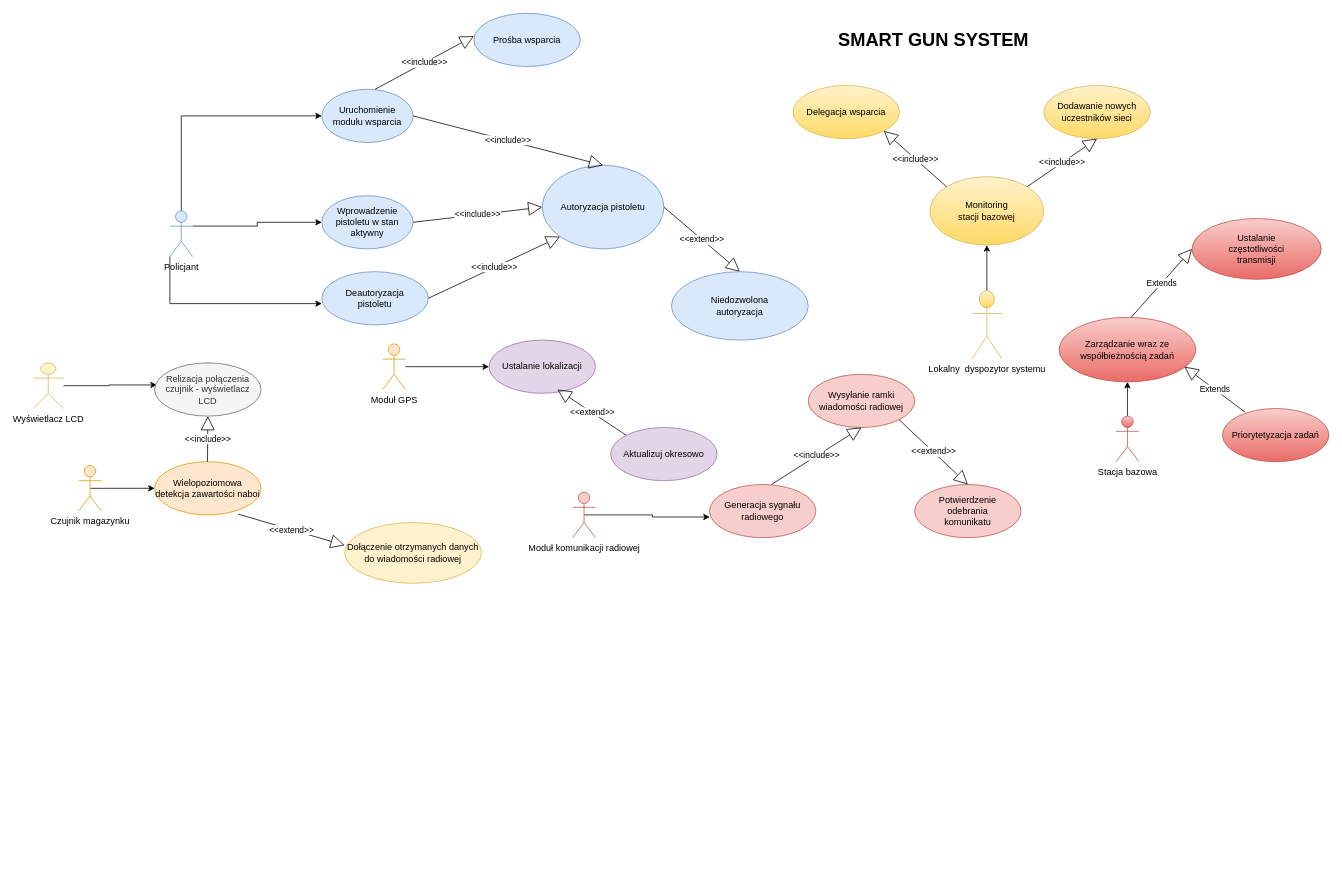
The draw.io diagram smart_gun.drawio in mardyr/UML-and-diagrams, before the edit. Source tidied: cells renumbered, new cells numbered last; positions are measured from the earlier drawing's top-left corner, leaving out a move shared by most shapes. Both pictures are drawn from the tidied source at 76%, with x=0, y=0 at pixel (33, 13).
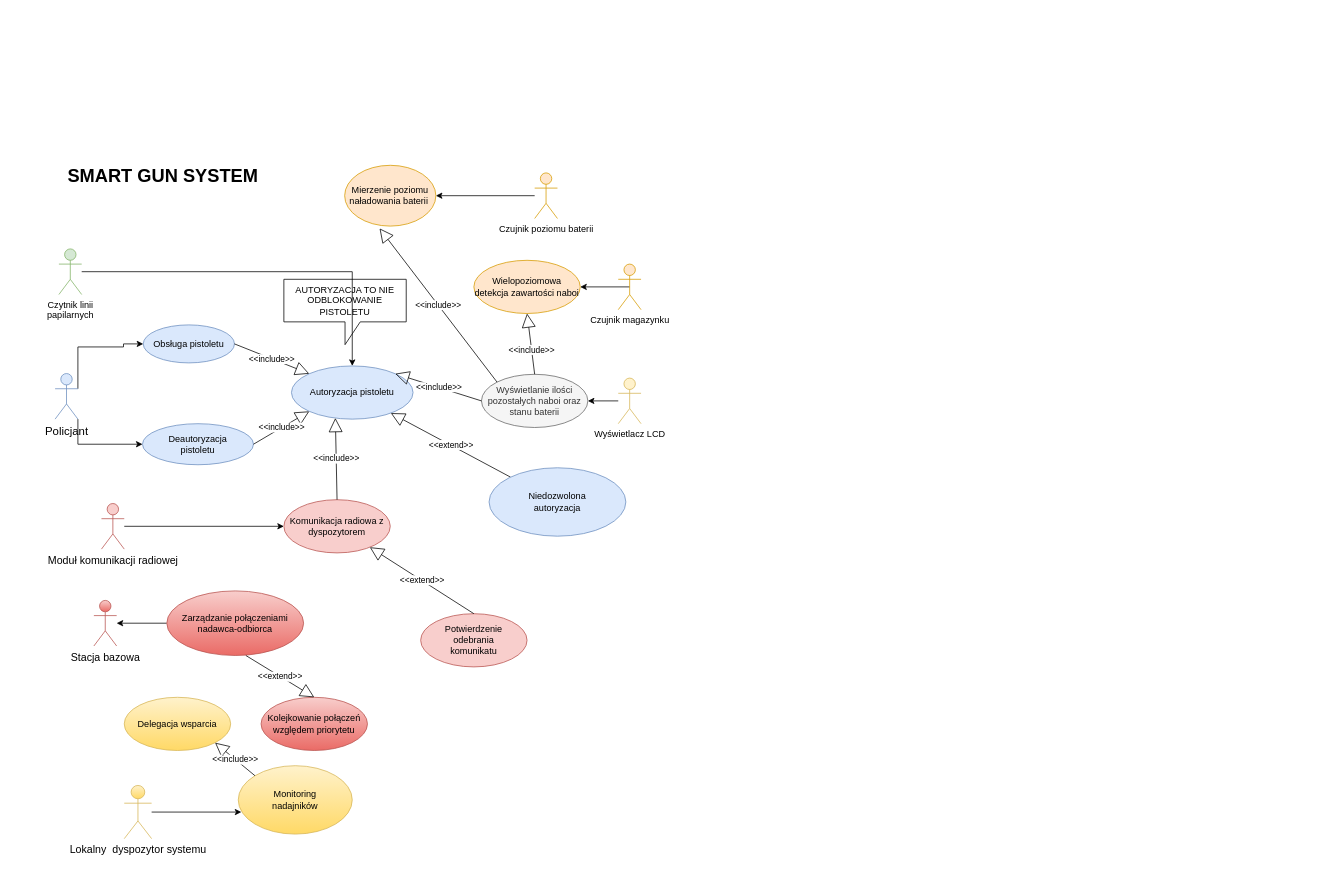
The same diagram, later.

The edit, as a diff of the source:
```diff
@@
     <mxCell id="2" value="&lt;font style=&quot;font-size: 24px&quot;&gt;&lt;b&gt;&lt;font style=&quot;font-size: 24px&quot;&gt;SMART GUN SYSTEM&lt;/font&gt;&lt;/b&gt;&lt;/font&gt;" style="text;html=1;strokeColor=none;fillColor=none;align=center;verticalAlign=middle;whiteSpace=wrap;rounded=0;" parent="1" vertex="1">
-      <mxGeometry x="1000" y="10" width="370" height="50" as="geometry" />
+      <mxGeometry x="-14" y="190" width="370" height="50" as="geometry" />
     </mxCell>
-    <mxCell id="3" style="edgeStyle=orthogonalEdgeStyle;rounded=0;jettySize=auto;html=1;exitX=1;exitY=0.3333333333333333;exitDx=0;exitDy=0;exitPerimeter=0;entryX=0;entryY=0.5;entryDx=0;entryDy=0;" parent="1" edge="1" source="6" target="13">
-      <mxGeometry relative="1" as="geometry" />
+    <mxCell id="3" style="edgeStyle=orthogonalEdgeStyle;rounded=0;jettySize=auto;html=1;entryX=0;entryY=0.5;entryDx=0;entryDy=0;exitX=1;exitY=0.3333333333333333;exitDx=0;exitDy=0;exitPerimeter=0;" parent="1" edge="1" source="6" target="13">
+      <mxGeometry relative="1" as="geometry">
+        <Array as="points">
+          <mxPoint x="119" y="439" />
+        </Array>
+      </mxGeometry>
     </mxCell>
-    <mxCell id="4" style="edgeStyle=orthogonalEdgeStyle;rounded=0;jettySize=auto;html=1;entryX=0;entryY=0.5;entryDx=0;entryDy=0;" parent="1" edge="1" source="6" target="7">
-      <mxGeometry relative="1" as="geometry">
-        <Array as="points">
-          <mxPoint x="195" y="135" />
-        </Array>
-      </mxGeometry>
-    </mxCell>
-    <mxCell id="5" style="edgeStyle=orthogonalEdgeStyle;rounded=0;jettySize=auto;html=1;exitX=0;exitY=1;exitDx=0;exitDy=0;exitPerimeter=0;entryX=0;entryY=0.6;entryDx=0;entryDy=0;entryPerimeter=0;" parent="1" edge="1" source="6" target="25">
+    <mxCell id="5" style="edgeStyle=orthogonalEdgeStyle;rounded=0;jettySize=auto;html=1;exitX=1;exitY=1;exitDx=0;exitDy=0;exitPerimeter=0;entryX=0;entryY=0.5;entryDx=0;entryDy=0;" parent="1" edge="1" source="6" target="25">
       <mxGeometry relative="1" as="geometry" />
     </mxCell>
-    <mxCell id="6" value="Policjant" style="shape=umlActor;verticalLabelPosition=bottom;verticalAlign=top;html=1;outlineConnect=0;fillColor=#dae8fc;strokeColor=#6c8ebf;" parent="1" vertex="1">
-      <mxGeometry x="180" y="260" width="30" height="60" as="geometry" />
+    <mxCell id="6" value="&lt;font style=&quot;font-size: 15px&quot;&gt;Policjant&lt;/font&gt;" style="shape=umlActor;verticalLabelPosition=bottom;verticalAlign=top;html=1;outlineConnect=0;fillColor=#dae8fc;strokeColor=#6c8ebf;" parent="1" vertex="1">
+      <mxGeometry x="29" y="474" width="30" height="60" as="geometry" />
     </mxCell>
-    <mxCell id="7" value="&lt;div&gt;Uruchomienie &lt;br&gt;&lt;/div&gt;&lt;div&gt;modułu wsparcia&lt;br&gt;&lt;/div&gt;" style="ellipse;whiteSpace=wrap;html=1;fillColor=#dae8fc;strokeColor=#6c8ebf;" parent="1" vertex="1">
-      <mxGeometry x="380" y="100" width="120" height="70" as="geometry" />
-    </mxCell>
-    <mxCell id="8" style="edgeStyle=orthogonalEdgeStyle;rounded=0;jettySize=auto;html=1;" parent="1" edge="1" source="9" target="10">
-      <mxGeometry relative="1" as="geometry" />
-    </mxCell>
-    <mxCell id="9" value="Moduł GPS" style="shape=umlActor;verticalLabelPosition=bottom;verticalAlign=top;html=1;fillColor=#ffe6cc;strokeColor=#d79b00;" parent="1" vertex="1">
-      <mxGeometry x="460" y="435" width="30" height="60" as="geometry" />
-    </mxCell>
-    <mxCell id="10" value="Ustalanie lokalizacji" style="ellipse;whiteSpace=wrap;html=1;fillColor=#e1d5e7;strokeColor=#9673a6;" parent="1" vertex="1">
-      <mxGeometry x="600" y="430" width="140" height="70" as="geometry" />
-    </mxCell>
-    <mxCell id="11" value="&amp;lt;&amp;lt;extend&amp;gt;&amp;gt;" style="endArrow=block;endSize=16;endFill=0;html=1;entryX=0.643;entryY=0.929;entryDx=0;entryDy=0;entryPerimeter=0;exitX=0;exitY=0;exitDx=0;exitDy=0;" parent="1" edge="1" source="12" target="10">
-      <mxGeometry relative="1" as="geometry" />
-    </mxCell>
-    <mxCell id="12" value="Aktualizuj okresowo" style="ellipse;whiteSpace=wrap;html=1;fillColor=#e1d5e7;strokeColor=#9673a6;" parent="1" vertex="1">
-      <mxGeometry x="760" y="545" width="140" height="70" as="geometry" />
-    </mxCell>
-    <mxCell id="13" value="&lt;div&gt;Wprowadzenie &lt;br&gt;&lt;/div&gt;&lt;div&gt;pistoletu w stan aktywny&lt;br&gt;&lt;/div&gt;" style="ellipse;whiteSpace=wrap;html=1;fillColor=#dae8fc;strokeColor=#6c8ebf;" parent="1" vertex="1">
-      <mxGeometry x="380" y="240" width="120" height="70" as="geometry" />
+    <mxCell id="13" value="Obsługa pistoletu" style="ellipse;whiteSpace=wrap;html=1;fillColor=#dae8fc;strokeColor=#6c8ebf;" parent="1" vertex="1">
+      <mxGeometry x="145" y="410" width="120" height="50" as="geometry" />
     </mxCell>
     <mxCell id="14" value="Autoryzacja pistoletu" style="ellipse;whiteSpace=wrap;html=1;fillColor=#dae8fc;strokeColor=#6c8ebf;" parent="1" vertex="1">
-      <mxGeometry x="670" y="200" width="160" height="110" as="geometry" />
+      <mxGeometry x="340" y="464" width="160" height="70" as="geometry" />
     </mxCell>
-    <mxCell id="15" value="&amp;lt;&amp;lt;include&amp;gt;&amp;gt;" style="endArrow=block;endSize=16;endFill=0;html=1;exitX=1;exitY=0.5;exitDx=0;exitDy=0;entryX=0.5;entryY=0;entryDx=0;entryDy=0;" parent="1" edge="1" source="7" target="14">
-      <mxGeometry relative="1" as="geometry" />
-    </mxCell>
-    <mxCell id="16" value="&amp;lt;&amp;lt;include&amp;gt;&amp;gt;" style="endArrow=block;endSize=16;endFill=0;html=1;entryX=0;entryY=0.5;entryDx=0;entryDy=0;exitX=1;exitY=0.5;exitDx=0;exitDy=0;" parent="1" edge="1" source="13" target="14">
+    <mxCell id="16" value="&amp;lt;&amp;lt;include&amp;gt;&amp;gt;" style="endArrow=block;endSize=16;endFill=0;html=1;entryX=0;entryY=0;entryDx=0;entryDy=0;exitX=1;exitY=0.5;exitDx=0;exitDy=0;" parent="1" edge="1" source="13" target="14">
       <mxGeometry relative="1" as="geometry" />
     </mxCell>
-    <mxCell id="17" value="&amp;lt;&amp;lt;extend&amp;gt;&amp;gt;" style="endArrow=block;endSize=16;endFill=0;html=1;exitX=1;exitY=0.5;exitDx=0;exitDy=0;entryX=0.5;entryY=0;entryDx=0;entryDy=0;" parent="1" edge="1" source="14" target="18">
+    <mxCell id="17" value="&amp;lt;&amp;lt;extend&amp;gt;&amp;gt;" style="endArrow=block;endSize=16;endFill=0;html=1;" parent="1" edge="1" source="18" target="14">
       <mxGeometry relative="1" as="geometry" />
     </mxCell>
     <mxCell id="18" value="&lt;div&gt;Niedozwolona &lt;br&gt;&lt;/div&gt;&lt;div&gt;autoryzacja&lt;br&gt;&lt;/div&gt;" style="ellipse;whiteSpace=wrap;html=1;fillColor=#dae8fc;strokeColor=#6c8ebf;" parent="1" vertex="1">
-      <mxGeometry x="840" y="340" width="180" height="90" as="geometry" />
+      <mxGeometry x="600" y="598" width="180" height="90" as="geometry" />
     </mxCell>
-    <mxCell id="19" style="edgeStyle=orthogonalEdgeStyle;rounded=0;jettySize=auto;html=1;entryX=0.5;entryY=1;entryDx=0;entryDy=0;" parent="1" edge="1" source="20" target="39">
+    <mxCell id="19" style="edgeStyle=orthogonalEdgeStyle;rounded=0;jettySize=auto;html=1;entryX=0.027;entryY=0.678;entryDx=0;entryDy=0;entryPerimeter=0;" parent="1" edge="1" source="20" target="39">
       <mxGeometry relative="1" as="geometry" />
     </mxCell>
-    <mxCell id="20" value="Lokalny&amp;nbsp; dyspozytor systemu" style="shape=umlActor;verticalLabelPosition=bottom;verticalAlign=top;html=1;gradientColor=#ffd966;fillColor=#fff2cc;strokeColor=#d6b656;" parent="1" vertex="1">
-      <mxGeometry x="1235" y="365" width="40" height="90" as="geometry" />
+    <mxCell id="20" value="&lt;font style=&quot;font-size: 14px&quot;&gt;Lokalny&amp;nbsp; dyspozytor systemu&lt;/font&gt;" style="shape=umlActor;verticalLabelPosition=bottom;verticalAlign=top;html=1;gradientColor=#ffd966;fillColor=#fff2cc;strokeColor=#d6b656;" parent="1" vertex="1">
+      <mxGeometry x="120" y="1016" width="36" height="70" as="geometry" />
     </mxCell>
-    <mxCell id="21" style="edgeStyle=orthogonalEdgeStyle;rounded=0;jettySize=auto;html=1;exitX=0.5;exitY=0.5;exitDx=0;exitDy=0;exitPerimeter=0;entryX=0.003;entryY=0.611;entryDx=0;entryDy=0;entryPerimeter=0;" parent="1" edge="1" source="22" target="23">
+    <mxCell id="21" style="edgeStyle=orthogonalEdgeStyle;rounded=0;jettySize=auto;html=1;entryX=0;entryY=0.5;entryDx=0;entryDy=0;" parent="1" edge="1" source="22" target="23">
       <mxGeometry relative="1" as="geometry" />
     </mxCell>
-    <mxCell id="22" value="Moduł komunikacji radiowej" style="shape=umlActor;verticalLabelPosition=bottom;verticalAlign=top;html=1;fillColor=#f8cecc;strokeColor=#b85450;" parent="1" vertex="1">
-      <mxGeometry x="710" y="630" width="30" height="60" as="geometry" />
+    <mxCell id="22" value="&lt;font style=&quot;font-size: 14px&quot;&gt;Moduł komunikacji radiowej&lt;/font&gt;" style="shape=umlActor;verticalLabelPosition=bottom;verticalAlign=top;html=1;fillColor=#f8cecc;strokeColor=#b85450;" parent="1" vertex="1">
+      <mxGeometry x="90" y="645" width="30" height="60" as="geometry" />
     </mxCell>
-    <mxCell id="23" value="Generacja sygnału radiowego" style="ellipse;whiteSpace=wrap;html=1;fillColor=#f8cecc;strokeColor=#b85450;" parent="1" vertex="1">
-      <mxGeometry x="890" y="620" width="140" height="70" as="geometry" />
+    <mxCell id="23" value="Komunikacja radiowa z dyspozytorem " style="ellipse;whiteSpace=wrap;html=1;fillColor=#f8cecc;strokeColor=#b85450;" parent="1" vertex="1">
+      <mxGeometry x="330" y="640" width="140" height="70" as="geometry" />
     </mxCell>
     <mxCell id="24" value="&lt;div&gt;Potwierdzenie &lt;br&gt;&lt;/div&gt;&lt;div&gt;odebrania &lt;br&gt;&lt;/div&gt;&lt;div&gt;komunikatu&lt;br&gt;&lt;/div&gt;" style="ellipse;whiteSpace=wrap;html=1;fillColor=#f8cecc;strokeColor=#b85450;" parent="1" vertex="1">
-      <mxGeometry x="1160" y="620" width="140" height="70" as="geometry" />
+      <mxGeometry x="510" y="790" width="140" height="70" as="geometry" />
     </mxCell>
     <mxCell id="25" value="&lt;div&gt;Deautoryzacja &lt;br&gt;&lt;/div&gt;&lt;div&gt;pistoletu&lt;br&gt;&lt;/div&gt;" style="ellipse;whiteSpace=wrap;html=1;fillColor=#dae8fc;strokeColor=#6c8ebf;" parent="1" vertex="1">
-      <mxGeometry x="380" y="340" width="140" height="70" as="geometry" />
+      <mxGeometry x="144" y="540" width="146" height="54" as="geometry" />
     </mxCell>
@@
     <mxCell id="28" value="Czujnik magazynku" style="shape=umlActor;verticalLabelPosition=bottom;verticalAlign=top;html=1;fillColor=#ffe6cc;strokeColor=#d79b00;" parent="1" vertex="1">
-      <mxGeometry x="60" y="595" width="30" height="60" as="geometry" />
+      <mxGeometry x="770" y="330" width="30" height="60" as="geometry" />
     </mxCell>
-    <mxCell id="29" style="edgeStyle=orthogonalEdgeStyle;rounded=0;jettySize=auto;html=1;entryX=0.021;entryY=0.414;entryDx=0;entryDy=0;entryPerimeter=0;" parent="1" edge="1" source="30" target="33">
+    <mxCell id="29" style="edgeStyle=orthogonalEdgeStyle;rounded=0;jettySize=auto;html=1;" parent="1" edge="1" source="30" target="33">
       <mxGeometry relative="1" as="geometry" />
     </mxCell>
     <mxCell id="30" value="Wyświetlacz LCD " style="shape=umlActor;verticalLabelPosition=bottom;verticalAlign=top;html=1;fillColor=#fff2cc;strokeColor=#d6b656;" parent="1" vertex="1">
-      <mxGeometry y="460" width="40" height="60" as="geometry" />
+      <mxGeometry x="770" y="480" width="30" height="60" as="geometry" />
     </mxCell>
     <mxCell id="31" value="&lt;div&gt;Wielopoziomowa &lt;br&gt;&lt;/div&gt;&lt;div&gt;detekcja zawartości naboi&lt;br&gt;&lt;/div&gt;" style="ellipse;whiteSpace=wrap;html=1;fillColor=#ffe6cc;strokeColor=#d79b00;" parent="1" vertex="1">
-      <mxGeometry x="160" y="590" width="140" height="70" as="geometry" />
+      <mxGeometry x="580" y="325" width="140" height="70" as="geometry" />
     </mxCell>
-    <mxCell id="32" value="&amp;lt;&amp;lt;extend&amp;gt;&amp;gt;" style="endArrow=block;endSize=16;endFill=0;html=1;exitX=0.786;exitY=0.986;exitDx=0;exitDy=0;exitPerimeter=0;" parent="1" edge="1" source="31">
-      <mxGeometry relative="1" as="geometry">
-        <mxPoint x="410" y="700" as="targetPoint" />
-      </mxGeometry>
-    </mxCell>
-    <mxCell id="33" value="&lt;div&gt;Relizacja połączenia&lt;/div&gt;&lt;div&gt;czujnik - wyświetlacz LCD&lt;br&gt;&lt;/div&gt;" style="ellipse;whiteSpace=wrap;html=1;fillColor=#f5f5f5;strokeColor=#666666;fontColor=#333333;" parent="1" vertex="1">
-      <mxGeometry x="160" y="460" width="140" height="70" as="geometry" />
+    <mxCell id="33" value="&lt;div&gt;Wyświetlanie ilości pozostałych naboi oraz &lt;br&gt;&lt;/div&gt;stanu baterii" style="ellipse;whiteSpace=wrap;html=1;fillColor=#f5f5f5;strokeColor=#666666;fontColor=#333333;rotation=0;" parent="1" vertex="1">
+      <mxGeometry x="590" y="475" width="140" height="70" as="geometry" />
     </mxCell>
-    <mxCell id="34" value="&amp;lt;&amp;lt;include&amp;gt;&amp;gt;" style="endArrow=block;endSize=16;endFill=0;html=1;" parent="1" edge="1">
-      <mxGeometry relative="1" as="geometry">
-        <mxPoint x="229.5" y="590" as="sourcePoint" />
-        <mxPoint x="230" y="530" as="targetPoint" />
-      </mxGeometry>
-    </mxCell>
-    <mxCell id="35" value="Dołączenie otrzymanych danych do wiadomości radiowej" style="ellipse;whiteSpace=wrap;html=1;fillColor=#fff2cc;strokeColor=#d6b656;" parent="1" vertex="1">
-      <mxGeometry x="410" y="670" width="180" height="80" as="geometry" />
-    </mxCell>
-    <mxCell id="36" value="&lt;div&gt;Wysyłanie ramki &lt;br&gt;&lt;/div&gt;&lt;div&gt;wiadomości radiowej&lt;br&gt;&lt;/div&gt;" style="ellipse;whiteSpace=wrap;html=1;fillColor=#f8cecc;strokeColor=#b85450;" parent="1" vertex="1">
-      <mxGeometry x="1020" y="475" width="140" height="70" as="geometry" />
-    </mxCell>
-    <mxCell id="37" value="&amp;lt;&amp;lt;include&amp;gt;&amp;gt;" style="endArrow=block;endSize=16;endFill=0;html=1;entryX=0.5;entryY=1;entryDx=0;entryDy=0;exitX=0.586;exitY=-0.005;exitDx=0;exitDy=0;exitPerimeter=0;" parent="1" edge="1" source="23" target="36">
-      <mxGeometry relative="1" as="geometry" />
-    </mxCell>
-    <mxCell id="38" value="&amp;lt;&amp;lt;extend&amp;gt;&amp;gt;" style="endArrow=block;endSize=16;endFill=0;html=1;exitX=1;exitY=1;exitDx=0;exitDy=0;entryX=0.5;entryY=0;entryDx=0;entryDy=0;" parent="1" edge="1" source="36" target="24">
+    <mxCell id="38" value="&amp;lt;&amp;lt;extend&amp;gt;&amp;gt;" style="endArrow=block;endSize=16;endFill=0;html=1;exitX=0.5;exitY=0;exitDx=0;exitDy=0;" parent="1" edge="1" source="24" target="23">
       <mxGeometry relative="1" as="geometry" />
     </mxCell>
-    <mxCell id="39" value="&lt;div&gt;Monitoring &lt;br&gt;&lt;/div&gt;&lt;div&gt;stacji bazowej &lt;br&gt;&lt;/div&gt;" style="ellipse;whiteSpace=wrap;html=1;gradientColor=#ffd966;fillColor=#fff2cc;strokeColor=#d6b656;" parent="1" vertex="1">
-      <mxGeometry x="1180" y="215" width="150" height="90" as="geometry" />
+    <mxCell id="39" value="&lt;div&gt;Monitoring &lt;br&gt;&lt;/div&gt;&lt;div&gt;nadajników&lt;br&gt;&lt;/div&gt;" style="ellipse;whiteSpace=wrap;html=1;gradientColor=#ffd966;fillColor=#fff2cc;strokeColor=#d6b656;" parent="1" vertex="1">
+      <mxGeometry x="270" y="990" width="150" height="90" as="geometry" />
     </mxCell>
     <mxCell id="40" value="Delegacja wsparcia" style="ellipse;whiteSpace=wrap;html=1;gradientColor=#ffd966;fillColor=#fff2cc;strokeColor=#d6b656;" parent="1" vertex="1">
-      <mxGeometry x="1000" y="95" width="140" height="70" as="geometry" />
+      <mxGeometry x="120" y="900" width="140" height="70" as="geometry" />
     </mxCell>
-    <mxCell id="41" value="&amp;lt;&amp;lt;include&amp;gt;&amp;gt;" style="endArrow=block;endSize=16;endFill=0;html=1;" parent="1" edge="1">
-      <mxGeometry relative="1" as="geometry">
-        <mxPoint x="450" y="100" as="sourcePoint" />
-        <mxPoint x="580" y="30" as="targetPoint" />
-      </mxGeometry>
-    </mxCell>
-    <mxCell id="42" value="Prośba wsparcia" style="ellipse;whiteSpace=wrap;html=1;fillColor=#dae8fc;strokeColor=#6c8ebf;" parent="1" vertex="1">
-      <mxGeometry x="580" width="140" height="70" as="geometry" />
-    </mxCell>
@@
-    <mxCell id="44" value="&lt;div&gt;Dodawanie nowych &lt;br&gt;&lt;/div&gt;&lt;div&gt;uczestników sieci&lt;br&gt;&lt;/div&gt;" style="ellipse;whiteSpace=wrap;html=1;gradientColor=#ffd966;fillColor=#fff2cc;strokeColor=#d6b656;" parent="1" vertex="1">
-      <mxGeometry x="1330" y="95" width="140" height="70" as="geometry" />
-    </mxCell>
-    <mxCell id="45" value="&amp;lt;&amp;lt;include&amp;gt;&amp;gt;" style="endArrow=block;endSize=16;endFill=0;html=1;entryX=0.5;entryY=1;entryDx=0;entryDy=0;exitX=1;exitY=0;exitDx=0;exitDy=0;" parent="1" edge="1" source="39" target="44">
-      <mxGeometry relative="1" as="geometry" />
-    </mxCell>
-    <mxCell id="46" style="edgeStyle=orthogonalEdgeStyle;rounded=0;jettySize=auto;html=1;" parent="1" edge="1" source="47" target="48">
-      <mxGeometry relative="1" as="geometry" />
-    </mxCell>
-    <mxCell id="47" value="Stacja bazowa" style="shape=umlActor;verticalLabelPosition=bottom;verticalAlign=top;html=1;outlineConnect=0;gradientColor=#ea6b66;fillColor=#f8cecc;strokeColor=#b85450;" parent="1" vertex="1">
-      <mxGeometry x="1425" y="530" width="30" height="60" as="geometry" />
+    <mxCell id="47" value="&lt;font style=&quot;font-size: 14px&quot;&gt;Stacja bazowa&lt;/font&gt;" style="shape=umlActor;verticalLabelPosition=bottom;verticalAlign=top;html=1;outlineConnect=0;gradientColor=#ea6b66;fillColor=#f8cecc;strokeColor=#b85450;" parent="1" vertex="1">
+      <mxGeometry x="80" y="772.5" width="30" height="60" as="geometry" />
     </mxCell>
+    <mxCell id="53" style="edgeStyle=orthogonalEdgeStyle;rounded=0;jettySize=auto;html=1;" parent="1" edge="1" source="48" target="47">
+      <mxGeometry relative="1" as="geometry" />
+    </mxCell>
-    <mxCell id="48" value="Zarządzanie wraz ze współbieżnością zadań" style="ellipse;whiteSpace=wrap;html=1;gradientColor=#ea6b66;fillColor=#f8cecc;strokeColor=#b85450;" parent="1" vertex="1">
-      <mxGeometry x="1350" y="400" width="180" height="85" as="geometry" />
+    <mxCell id="48" value="&lt;div&gt;Zarządzanie połączeniami&lt;/div&gt;&lt;div&gt;nadawca-odbiorca&lt;br&gt;&lt;/div&gt;" style="ellipse;whiteSpace=wrap;html=1;gradientColor=#ea6b66;fillColor=#f8cecc;strokeColor=#b85450;" parent="1" vertex="1">
+      <mxGeometry x="176" y="760" width="180" height="85" as="geometry" />
     </mxCell>
-    <mxCell id="49" value="Priorytetyzacja zadań" style="ellipse;whiteSpace=wrap;html=1;gradientColor=#ea6b66;fillColor=#f8cecc;strokeColor=#b85450;" parent="1" vertex="1">
-      <mxGeometry x="1565" y="520" width="140" height="70" as="geometry" />
+    <mxCell id="49" value="&lt;div&gt;Kolejkowanie połączeń &lt;br&gt;&lt;/div&gt;&lt;div&gt;względem priorytetu&lt;br&gt;&lt;/div&gt;" style="ellipse;whiteSpace=wrap;html=1;gradientColor=#ea6b66;fillColor=#f8cecc;strokeColor=#b85450;" parent="1" vertex="1">
+      <mxGeometry x="300" y="900" width="140" height="70" as="geometry" />
     </mxCell>
-    <mxCell id="50" value="Extends" style="endArrow=block;endSize=16;endFill=0;html=1;" parent="1" edge="1">
-      <mxGeometry relative="1" as="geometry">
-        <mxPoint x="1595" y="525" as="sourcePoint" />
-        <mxPoint x="1515" y="465" as="targetPoint" />
-      </mxGeometry>
-    </mxCell>
-    <mxCell id="51" value="Extends" style="endArrow=block;endSize=16;endFill=0;html=1;entryX=0;entryY=0.5;entryDx=0;entryDy=0;" parent="1" edge="1" target="52">
-      <mxGeometry relative="1" as="geometry">
-        <mxPoint x="1445" y="400" as="sourcePoint" />
-      </mxGeometry>
-    </mxCell>
-    <mxCell id="52" value="&lt;div&gt;Ustalanie&lt;/div&gt;&lt;div&gt;częstotliwości &lt;br&gt;&lt;/div&gt;&lt;div&gt;transmisji&lt;br&gt;&lt;/div&gt;" style="ellipse;whiteSpace=wrap;html=1;gradientColor=#ea6b66;fillColor=#f8cecc;strokeColor=#b85450;" parent="1" vertex="1">
-      <mxGeometry x="1525" y="270" width="170" height="80" as="geometry" />
-    </mxCell>
+    <mxCell id="54" style="edgeStyle=orthogonalEdgeStyle;rounded=0;jettySize=auto;html=1;" parent="1" edge="1" source="55" target="56">
+      <mxGeometry relative="1" as="geometry" />
+    </mxCell>
+    <mxCell id="55" value="Czujnik poziomu baterii" style="shape=umlActor;verticalLabelPosition=bottom;verticalAlign=top;html=1;outlineConnect=0;fillColor=#ffe6cc;strokeColor=#d79b00;" parent="1" vertex="1">
+      <mxGeometry x="660" y="210" width="30" height="60" as="geometry" />
+    </mxCell>
+    <mxCell id="56" value="Mierzenie poziomu naładowania baterii&amp;nbsp; " style="ellipse;whiteSpace=wrap;html=1;fillColor=#ffe6cc;strokeColor=#d79b00;" parent="1" vertex="1">
+      <mxGeometry x="410" y="200" width="120" height="80" as="geometry" />
+    </mxCell>
+    <mxCell id="57" value="&amp;lt;&amp;lt;include&amp;gt;&amp;gt;" style="endArrow=block;endSize=16;endFill=0;html=1;exitX=0;exitY=0;exitDx=0;exitDy=0;entryX=0.383;entryY=1.038;entryDx=0;entryDy=0;entryPerimeter=0;" parent="1" edge="1" source="33" target="56">
+      <mxGeometry relative="1" as="geometry" />
+    </mxCell>
+    <mxCell id="58" value="&amp;lt;&amp;lt;include&amp;gt;&amp;gt;" style="endArrow=block;endSize=16;endFill=0;html=1;exitX=0.5;exitY=0;exitDx=0;exitDy=0;entryX=0.5;entryY=1;entryDx=0;entryDy=0;" parent="1" edge="1" source="33" target="31">
+      <mxGeometry x="-0.2" relative="1" as="geometry" />
+    </mxCell>
+    <mxCell id="59" value="AUTORYZACJA TO NIE ODBLOKOWANIE PISTOLETU" style="shape=callout;whiteSpace=wrap;html=1;perimeter=calloutPerimeter;" parent="1" vertex="1">
+      <mxGeometry x="330" y="350" width="161" height="86" as="geometry" />
+    </mxCell>
+    <mxCell id="60" value="&amp;lt;&amp;lt;extend&amp;gt;&amp;gt;" style="endArrow=block;endSize=16;endFill=0;html=1;exitX=0.5;exitY=0;exitDx=0;exitDy=0;entryX=0.5;entryY=0;entryDx=0;entryDy=0;" parent="1" edge="1" target="49">
+      <mxGeometry relative="1" as="geometry">
+        <mxPoint x="280" y="845" as="sourcePoint" />
+      </mxGeometry>
+    </mxCell>
+    <mxCell id="61" value="&amp;lt;&amp;lt;include&amp;gt;&amp;gt;" style="endArrow=block;endSize=16;endFill=0;html=1;entryX=0.361;entryY=0.979;entryDx=0;entryDy=0;exitX=0.5;exitY=0;exitDx=0;exitDy=0;entryPerimeter=0;" parent="1" edge="1" source="23" target="14">
+      <mxGeometry relative="1" as="geometry" />
+    </mxCell>
+    <mxCell id="62" value="&amp;lt;&amp;lt;include&amp;gt;&amp;gt;" style="endArrow=block;endSize=16;endFill=0;html=1;entryX=1;entryY=0;entryDx=0;entryDy=0;exitX=0;exitY=0.5;exitDx=0;exitDy=0;" parent="1" edge="1" source="33" target="14">
+      <mxGeometry relative="1" as="geometry" />
+    </mxCell>
+    <mxCell id="63" style="edgeStyle=orthogonalEdgeStyle;rounded=0;jettySize=auto;html=1;" parent="1" edge="1" source="64" target="14">
+      <mxGeometry relative="1" as="geometry" />
+    </mxCell>
+    <mxCell id="64" value="&lt;div&gt;Czytnik linii&lt;/div&gt;&lt;div&gt;papilarnych&lt;br&gt;&lt;/div&gt;" style="shape=umlActor;verticalLabelPosition=bottom;verticalAlign=top;html=1;outlineConnect=0;fillColor=#d5e8d4;strokeColor=#82b366;" parent="1" vertex="1">
+      <mxGeometry x="34" y="310" width="30" height="60" as="geometry" />
+    </mxCell>
```
